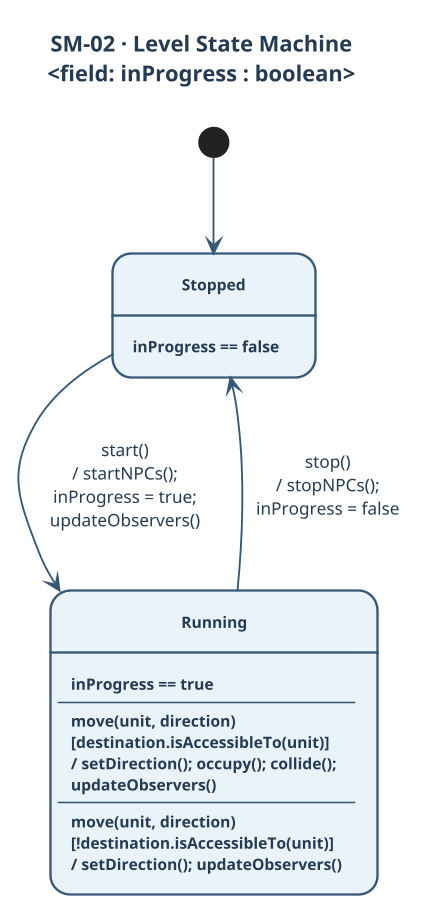
This is A3-State-Machines/SM-02-Level.png from Suhaib-Ben-Zreiba/reliable-broker, a PlantUML export, as it was before one commit.
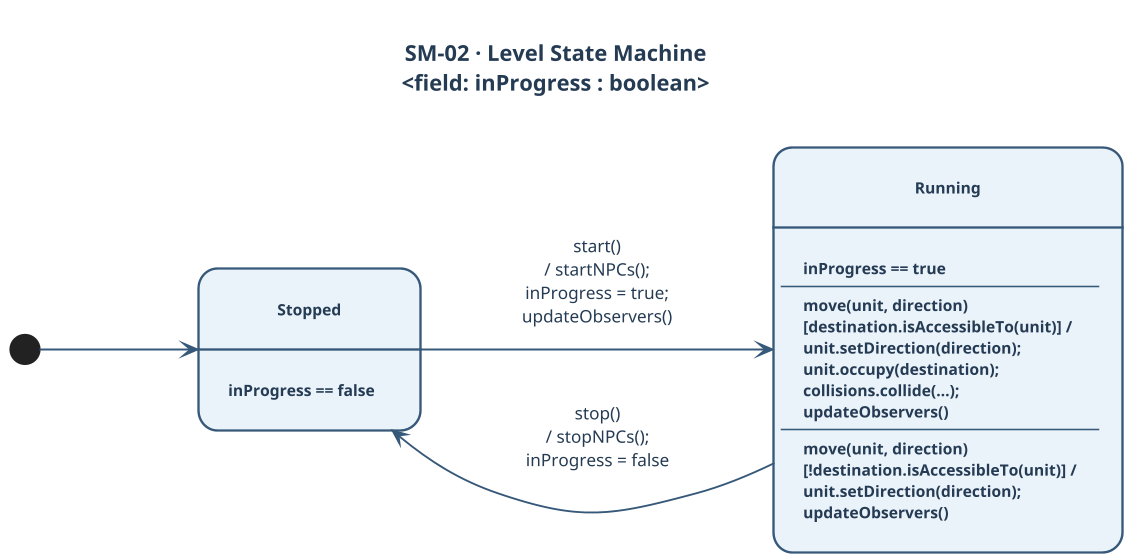
The same file after the commit.

Commit message:
Clarify SM-02 Running internal move transitions

Separate accessible/inaccessible move internals with UML
event [guard] / action stacks, exact Level.move() operation
names, and evidence for the per-occupant collide loop.

What changed in the source:
```diff
@@ -21,12 +21,11 @@
 skinparam StateFontStyle bold
 skinparam StateAttributeFontColor #243B53
 skinparam StateAttributeFontSize 10
-skinparam Padding 8
-skinparam nodesep 80
-skinparam ranksep 60
-skinparam MinClassWidth 280
+skinparam Padding 14
+skinparam nodesep 75
+skinparam ranksep 100
 
-top to bottom direction
+left to right direction
 
 state "Stopped" as Stopped
 state "Running" as Running
@@ -35,9 +34,17 @@
 
 Running : inProgress == true
 Running : ----
-Running : move(unit, direction)\n[destination.isAccessibleTo(unit)]\n/ setDirection(); occupy(); collide();\nupdateObservers()
+Running : move(unit, direction)
+Running : [destination.isAccessibleTo(unit)] /
+Running : unit.setDirection(direction);
+Running : unit.occupy(destination);
+Running : collisions.collide(...);
+Running : updateObservers()
 Running : ----
-Running : move(unit, direction)\n[!destination.isAccessibleTo(unit)]\n/ setDirection(); updateObservers()
+Running : move(unit, direction)
+Running : [!destination.isAccessibleTo(unit)] /
+Running : unit.setDirection(direction);
+Running : updateObservers()
 
 [*] --> Stopped
 
```
